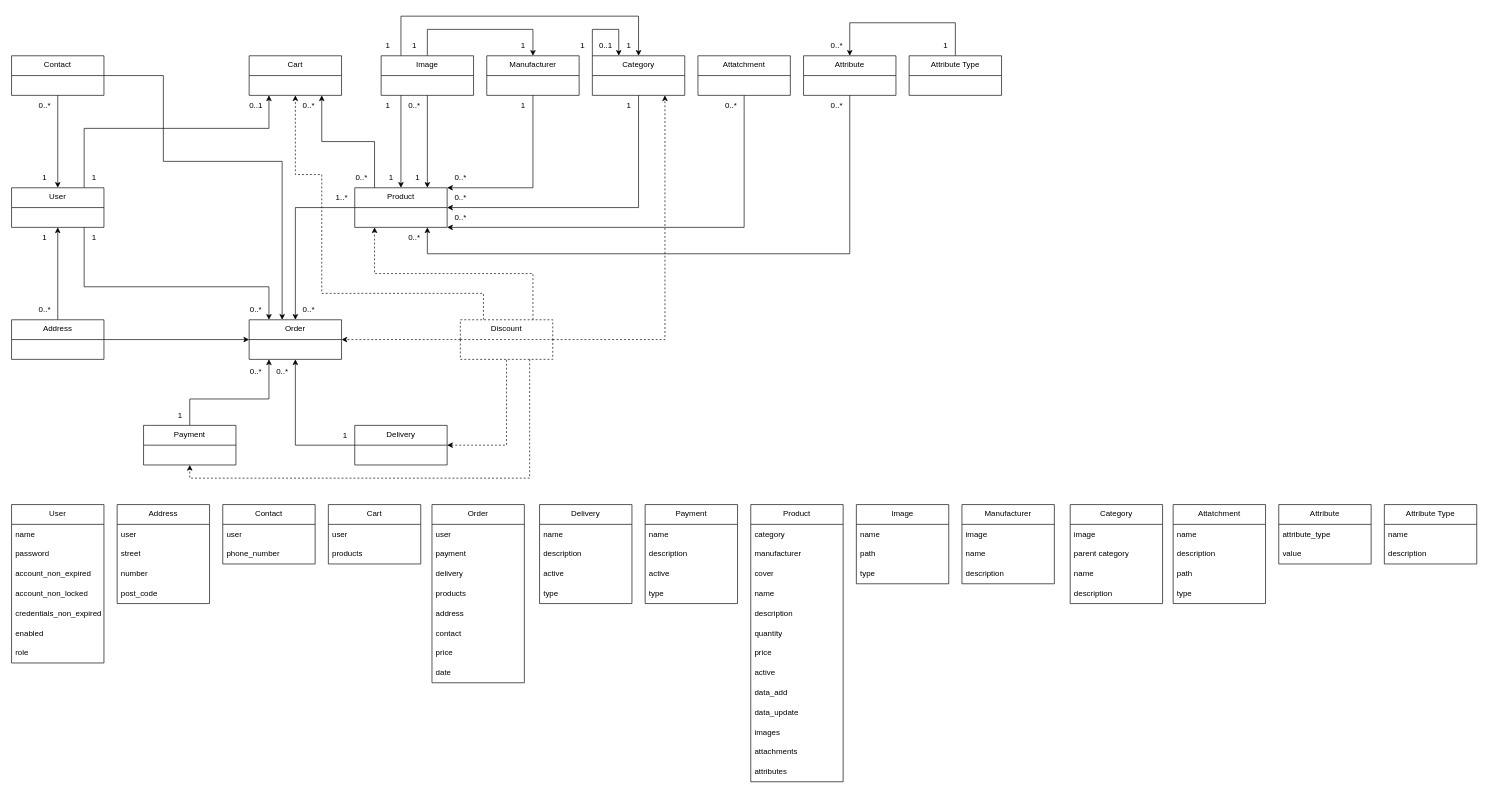
This is online_store_with_chatbot/online_store/database_structure.drawio from MateuszCzo/Spring, a draw.io file, before an edit. Source tidied: cells renumbered, new cells numbered last; positions are measured from the earlier drawing's top-left corner, leaving out a move shared by most shapes. Both pictures are drawn from the tidied source at 66%, with x=0, y=0 at pixel (11, 16).
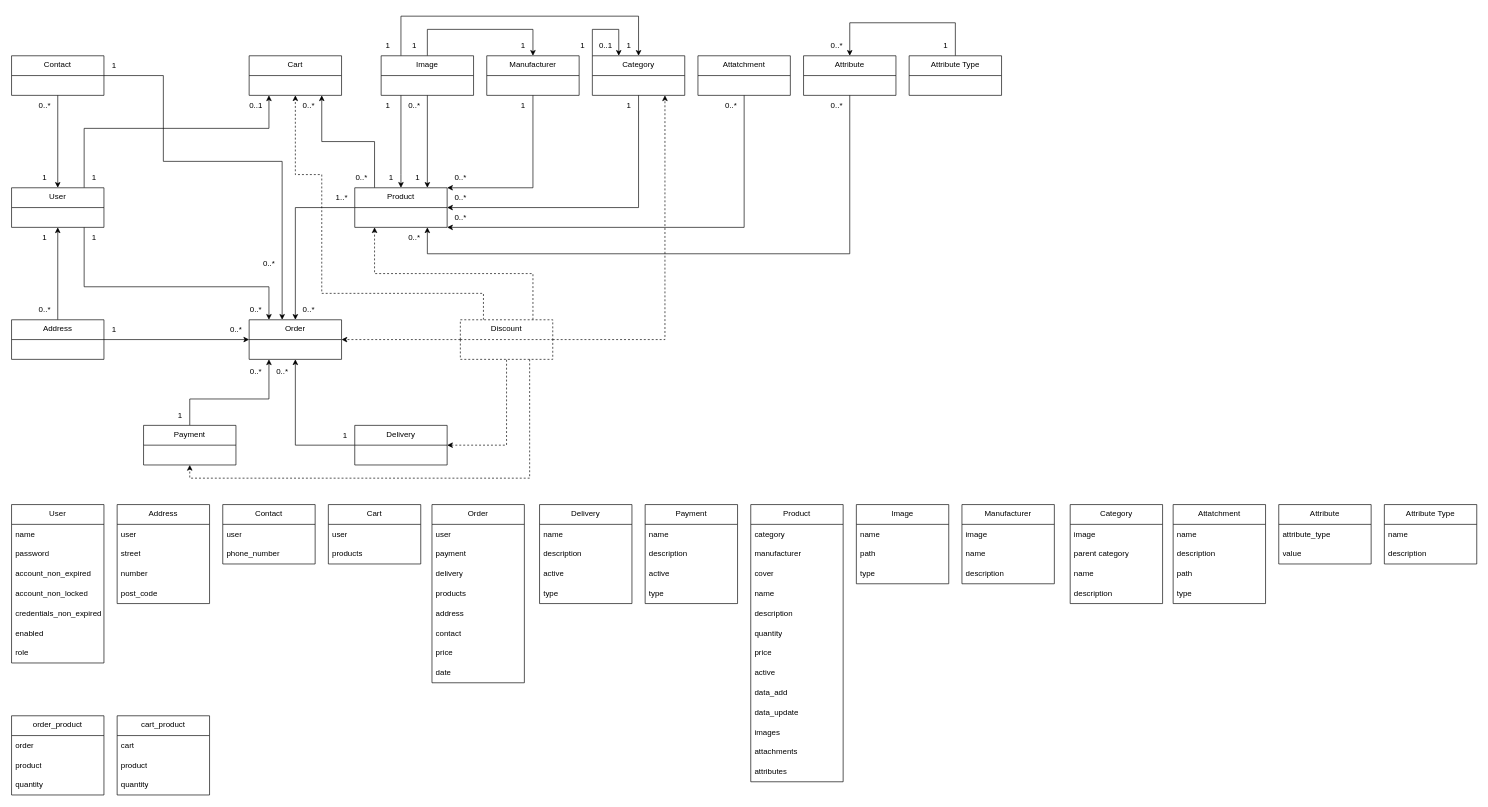
Above is the later version.

Change to the diagram source:
```diff
@@
+    <mxCell id="155" value="0..*" style="text;html=1;align=center;verticalAlign=middle;strokeColor=none;fillColor=none;" parent="1" vertex="1">
+      <mxGeometry x="370" y="360" width="40" height="30" as="geometry" />
+    </mxCell>
+    <mxCell id="156" value="0..*" style="text;html=1;align=center;verticalAlign=middle;strokeColor=none;fillColor=none;" parent="1" vertex="1">
+      <mxGeometry x="320" y="460" width="40" height="30" as="geometry" />
+    </mxCell>
+    <mxCell id="157" value="1" style="text;html=1;align=center;verticalAlign=middle;strokeColor=none;fillColor=none;" parent="1" vertex="1">
+      <mxGeometry x="140" y="460" width="30" height="30" as="geometry" />
+    </mxCell>
+    <mxCell id="158" value="1" style="text;html=1;align=center;verticalAlign=middle;strokeColor=none;fillColor=none;" parent="1" vertex="1">
+      <mxGeometry x="140" y="60" width="30" height="30" as="geometry" />
+    </mxCell>
+    <mxCell id="159" value="order_product" style="swimlane;fontStyle=0;align=center;verticalAlign=top;horizontal=1;startSize=30;html=1;whiteSpace=wrap;" parent="1" vertex="1">
+      <mxGeometry y="1060" width="140" height="120" as="geometry" />
+    </mxCell>
+    <mxCell id="160" value="order" style="text;strokeColor=none;fillColor=none;align=left;verticalAlign=middle;spacingLeft=4;spacingRight=4;overflow=hidden;whiteSpace=wrap;html=1;" parent="159" vertex="1">
+      <mxGeometry y="30" width="140" height="30" as="geometry" />
+    </mxCell>
+    <mxCell id="161" value="product" style="text;strokeColor=none;fillColor=none;align=left;verticalAlign=middle;spacingLeft=4;spacingRight=4;overflow=hidden;whiteSpace=wrap;html=1;" parent="159" vertex="1">
+      <mxGeometry y="60" width="140" height="30" as="geometry" />
+    </mxCell>
+    <mxCell id="162" value="quantity" style="text;strokeColor=none;fillColor=none;align=left;verticalAlign=middle;spacingLeft=4;spacingRight=4;overflow=hidden;whiteSpace=wrap;html=1;" parent="159" vertex="1">
+      <mxGeometry y="90" width="140" height="30" as="geometry" />
+    </mxCell>
+    <mxCell id="163" value="cart_product" style="swimlane;fontStyle=0;align=center;verticalAlign=top;horizontal=1;startSize=30;html=1;whiteSpace=wrap;" parent="1" vertex="1">
+      <mxGeometry x="160" y="1060" width="140" height="120" as="geometry" />
+    </mxCell>
+    <mxCell id="164" value="cart" style="text;strokeColor=none;fillColor=none;align=left;verticalAlign=middle;spacingLeft=4;spacingRight=4;overflow=hidden;whiteSpace=wrap;html=1;" parent="163" vertex="1">
+      <mxGeometry y="30" width="140" height="30" as="geometry" />
+    </mxCell>
+    <mxCell id="165" value="product" style="text;strokeColor=none;fillColor=none;align=left;verticalAlign=middle;spacingLeft=4;spacingRight=4;overflow=hidden;whiteSpace=wrap;html=1;" parent="163" vertex="1">
+      <mxGeometry y="60" width="140" height="30" as="geometry" />
+    </mxCell>
+    <mxCell id="166" value="quantity" style="text;strokeColor=none;fillColor=none;align=left;verticalAlign=middle;spacingLeft=4;spacingRight=4;overflow=hidden;whiteSpace=wrap;html=1;" parent="163" vertex="1">
+      <mxGeometry y="90" width="140" height="30" as="geometry" />
+    </mxCell>
```
